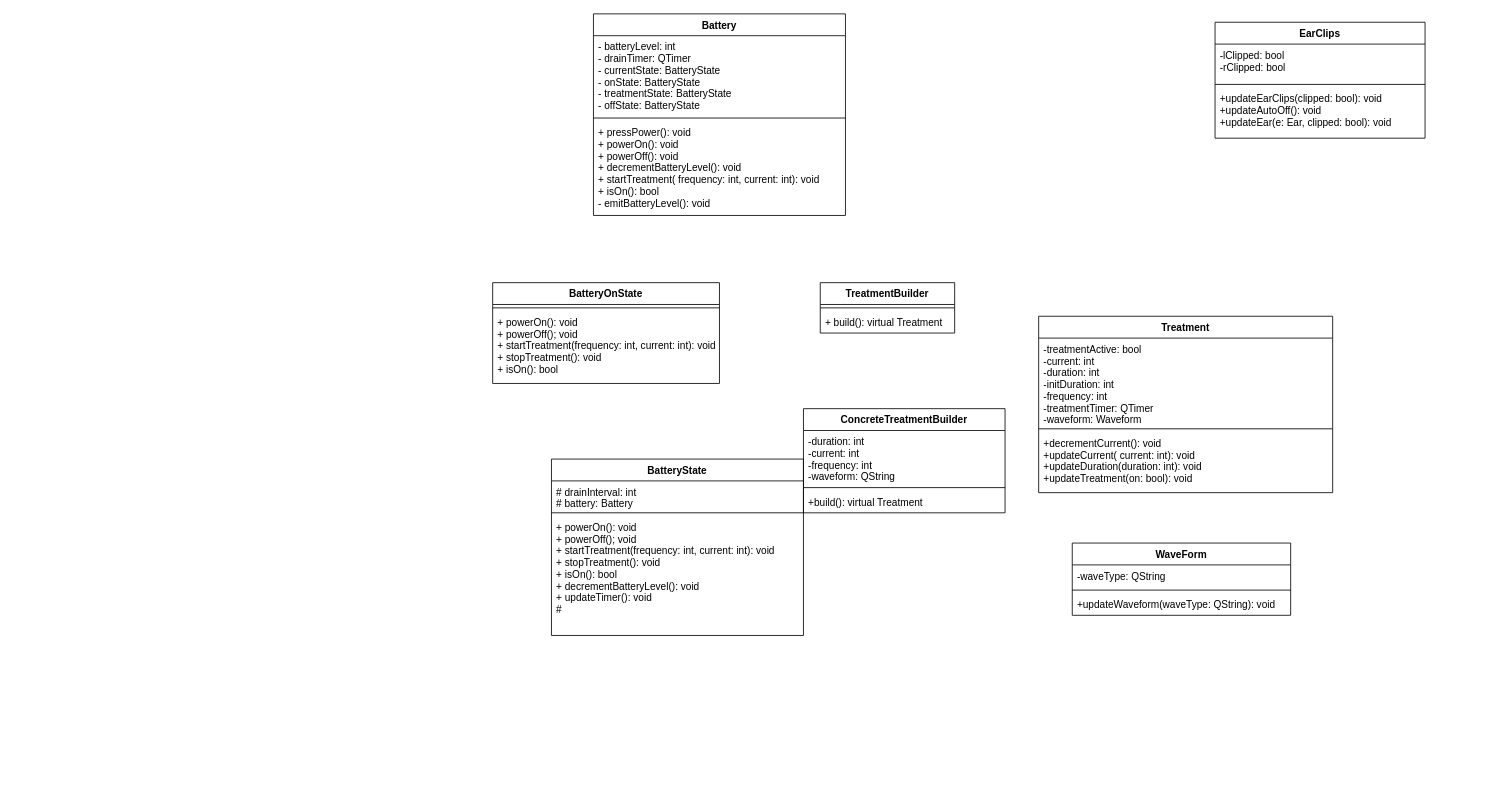
yifeiyu/yifeiyu.github.io keeps this draw.io diagram as 3004UMLDiagram.drawio. Above is the earlier version. Source tidied: cells renumbered, new cells numbered last; positions are measured from the earlier drawing's top-left corner, leaving out a move shared by most shapes. Both pictures are drawn from the tidied source at 84%, with x=0, y=0 at pixel (492, 13).
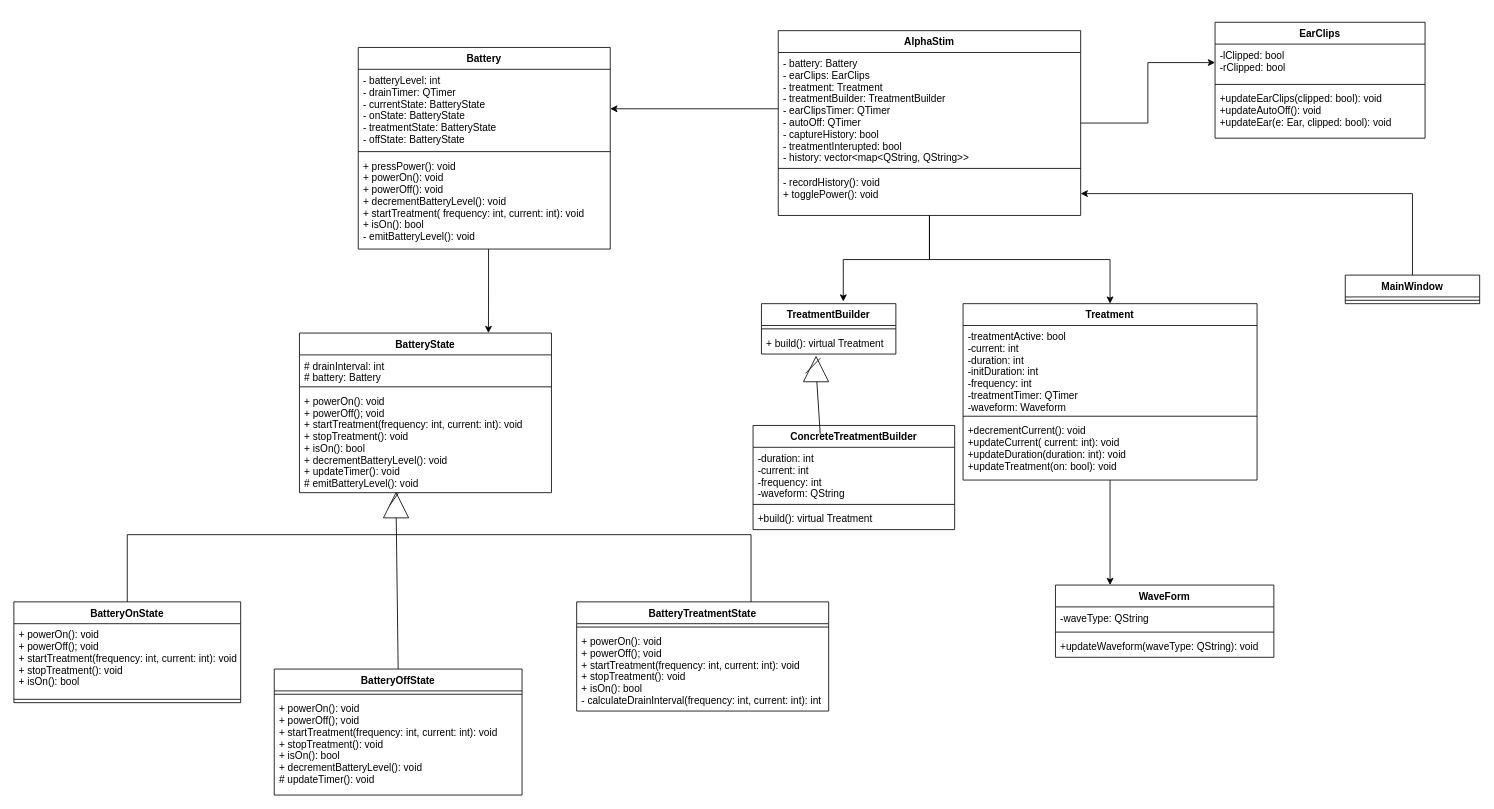
Above is the later version.

Unchanged cells that the change refers to:
```xml
<mxCell id="18" value="-lClipped: bool&#10;-rClipped: bool" style="text;strokeColor=none;fillColor=none;align=left;verticalAlign=top;spacingLeft=4;spacingRight=4;overflow=hidden;points=[[0,0.5],[1,0.5]];portConstraint=eastwest;" parent="17" vertex="1">
  <mxGeometry y="26" width="250" height="44" as="geometry" />
</mxCell>
<mxCell id="29" value="- batteryLevel: int&#10;- drainTimer: QTimer&#10;- currentState: BatteryState&#10;- onState: BatteryState&#10;- treatmentState: BatteryState&#10;- offState: BatteryState" style="text;strokeColor=none;fillColor=none;align=left;verticalAlign=top;spacingLeft=4;spacingRight=4;overflow=hidden;points=[[0,0.5],[1,0.5]];portConstraint=eastwest;" parent="28" vertex="1">
  <mxGeometry y="26" width="300" height="94" as="geometry" />
</mxCell>
<mxCell id="31" value="+ pressPower(): void&#10;+ powerOn(): void&#10;+ powerOff(): void&#10;+ decrementBatteryLevel(): void&#10;+ startTreatment( frequency: int, current: int): void&#10;+ isOn(): bool&#10;- emitBatteryLevel(): void" style="text;strokeColor=none;fillColor=none;align=left;verticalAlign=top;spacingLeft=4;spacingRight=4;overflow=hidden;points=[[0,0.5],[1,0.5]];portConstraint=eastwest;" parent="28" vertex="1">
  <mxGeometry y="128" width="300" height="112" as="geometry" />
</mxCell>
```

The edit, as a diff of the source:
```diff
@@
     <mxCell id="2" value="WaveForm" style="swimlane;fontStyle=1;align=center;verticalAlign=top;horizontal=1;startSize=26;strokeColor=#080808;fillColor=none;" parent="1" vertex="1">
-      <mxGeometry x="690" y="630" width="260" height="86" as="geometry" />
+      <mxGeometry x="670" y="680" width="260" height="86" as="geometry" />
     </mxCell>
@@
+    <mxCell id="32" style="edgeStyle=orthogonalEdgeStyle;rounded=0;jettySize=auto;html=1;entryX=0.25;entryY=0;entryDx=0;entryDy=0;" parent="1" edge="1" source="6" target="2">
+      <mxGeometry relative="1" as="geometry" />
+    </mxCell>
     <mxCell id="6" value="Treatment" style="swimlane;fontStyle=1;align=center;verticalAlign=top;horizontal=1;startSize=26;strokeColor=#080808;fillColor=none;" parent="1" vertex="1">
-      <mxGeometry x="650" y="360" width="350" height="210" as="geometry" />
+      <mxGeometry x="560" y="345" width="350" height="210" as="geometry" />
     </mxCell>
@@
     <mxCell id="10" value="TreatmentBuilder" style="swimlane;fontStyle=1;align=center;verticalAlign=top;horizontal=1;startSize=26;strokeColor=#080808;fillColor=none;" parent="1" vertex="1">
-      <mxGeometry x="390" y="320" width="160" height="60" as="geometry" />
+      <mxGeometry x="320" y="345" width="160" height="60" as="geometry" />
     </mxCell>
@@
     <mxCell id="13" value="ConcreteTreatmentBuilder" style="swimlane;fontStyle=1;align=center;verticalAlign=top;horizontal=1;startSize=26;strokeColor=#080808;fillColor=none;" parent="1" vertex="1">
-      <mxGeometry x="370" y="470" width="240" height="124" as="geometry" />
+      <mxGeometry x="310" y="490" width="240" height="124" as="geometry" />
     </mxCell>
@@
     <mxCell id="21" value="BatteryState" style="swimlane;fontStyle=1;align=center;verticalAlign=top;horizontal=1;startSize=26;strokeColor=#080808;fillColor=none;" parent="1" vertex="1">
-      <mxGeometry x="70" y="530" width="300" height="210" as="geometry" />
+      <mxGeometry x="-230" y="380" width="300" height="190" as="geometry" />
     </mxCell>
@@
-    <mxCell id="24" value="+ powerOn(): void&#10;+ powerOff(); void&#10;+ startTreatment(frequency: int, current: int): void&#10;+ stopTreatment(): void&#10;+ isOn(): bool&#10;+ decrementBatteryLevel(): void&#10;+ updateTimer(): void&#10;# " style="text;strokeColor=none;fillColor=none;align=left;verticalAlign=top;spacingLeft=4;spacingRight=4;overflow=hidden;" parent="21" vertex="1">
-      <mxGeometry y="68" width="300" height="142" as="geometry" />
+    <mxCell id="24" value="+ powerOn(): void&#10;+ powerOff(); void&#10;+ startTreatment(frequency: int, current: int): void&#10;+ stopTreatment(): void&#10;+ isOn(): bool&#10;+ decrementBatteryLevel(): void&#10;+ updateTimer(): void&#10;# emitBatteryLevel(): void" style="text;strokeColor=none;fillColor=none;align=left;verticalAlign=top;spacingLeft=4;spacingRight=4;overflow=hidden;" parent="21" vertex="1">
+      <mxGeometry y="68" width="300" height="122" as="geometry" />
     </mxCell>
     <mxCell id="25" value="BatteryOnState" style="swimlane;fontStyle=1;align=center;verticalAlign=top;horizontal=1;startSize=26;strokeColor=#080808;fillColor=none;" parent="1" vertex="1">
-      <mxGeometry y="320" width="270" height="120" as="geometry" />
+      <mxGeometry x="-570" y="700" width="270" height="120" as="geometry" />
     </mxCell>
+    <mxCell id="27" value="+ powerOn(): void&#10;+ powerOff(); void&#10;+ startTreatment(frequency: int, current: int): void&#10;+ stopTreatment(): void&#10;+ isOn(): bool" style="text;strokeColor=none;fillColor=none;align=left;verticalAlign=top;spacingLeft=4;spacingRight=4;overflow=hidden;" parent="25" vertex="1">
+      <mxGeometry y="26" width="270" height="86" as="geometry" />
+    </mxCell>
     <mxCell id="26" style="line;strokeWidth=1;fillColor=none;align=left;verticalAlign=middle;spacingTop=-1;spacingLeft=3;spacingRight=3;labelPosition=right;" parent="25" vertex="1">
-      <mxGeometry y="26" width="270" height="8" as="geometry" />
+      <mxGeometry y="112" width="270" height="8" as="geometry" />
     </mxCell>
-    <mxCell id="27" value="+ powerOn(): void&#10;+ powerOff(); void&#10;+ startTreatment(frequency: int, current: int): void&#10;+ stopTreatment(): void&#10;+ isOn(): bool" style="text;strokeColor=none;fillColor=none;align=left;verticalAlign=top;spacingLeft=4;spacingRight=4;overflow=hidden;" parent="25" vertex="1">
-      <mxGeometry y="34" width="270" height="86" as="geometry" />
-    </mxCell>
+    <mxCell id="33" style="edgeStyle=orthogonalEdgeStyle;rounded=0;jettySize=auto;html=1;entryX=0.75;entryY=0;entryDx=0;entryDy=0;exitX=0.517;exitY=1;exitDx=0;exitDy=0;exitPerimeter=0;" parent="1" edge="1" source="31" target="21">
+      <mxGeometry relative="1" as="geometry" />
+    </mxCell>
     <mxCell id="28" value="Battery" style="swimlane;fontStyle=1;align=center;verticalAlign=top;horizontal=1;startSize=26;strokeColor=#080808;fillColor=none;" parent="1" vertex="1">
-      <mxGeometry x="120" width="300" height="240" as="geometry" />
+      <mxGeometry x="-160" y="40" width="300" height="240" as="geometry" />
     </mxCell>
@@
+    <mxCell id="34" value="BatteryOffState" style="swimlane;fontStyle=1;align=center;verticalAlign=top;horizontal=1;startSize=26;strokeColor=#080808;fillColor=none;" parent="1" vertex="1">
+      <mxGeometry x="-260" y="780" width="295" height="150" as="geometry" />
+    </mxCell>
+    <mxCell id="35" style="line;strokeWidth=1;fillColor=none;align=left;verticalAlign=middle;spacingTop=-1;spacingLeft=3;spacingRight=3;labelPosition=right;" parent="34" vertex="1">
+      <mxGeometry y="26" width="295" height="8" as="geometry" />
+    </mxCell>
+    <mxCell id="36" value="+ powerOn(): void&#10;+ powerOff(); void&#10;+ startTreatment(frequency: int, current: int): void&#10;+ stopTreatment(): void&#10;+ isOn(): bool&#10;+ decrementBatteryLevel(): void&#10;# updateTimer(): void" style="text;strokeColor=none;fillColor=none;align=left;verticalAlign=top;spacingLeft=4;spacingRight=4;overflow=hidden;" parent="34" vertex="1">
+      <mxGeometry y="34" width="295" height="116" as="geometry" />
+    </mxCell>
+    <mxCell id="37" value="BatteryTreatmentState" style="swimlane;fontStyle=1;align=center;verticalAlign=top;horizontal=1;startSize=26;strokeColor=#080808;fillColor=none;" parent="1" vertex="1">
+      <mxGeometry x="100" y="700" width="300" height="130" as="geometry" />
+    </mxCell>
+    <mxCell id="38" style="line;strokeWidth=1;fillColor=none;align=left;verticalAlign=middle;spacingTop=-1;spacingLeft=3;spacingRight=3;labelPosition=right;" parent="37" vertex="1">
+      <mxGeometry y="26" width="300" height="8" as="geometry" />
+    </mxCell>
+    <mxCell id="39" value="+ powerOn(): void&#10;+ powerOff(); void&#10;+ startTreatment(frequency: int, current: int): void&#10;+ stopTreatment(): void&#10;+ isOn(): bool&#10;- calculateDrainInterval(frequency: int, current: int): int" style="text;strokeColor=none;fillColor=none;align=left;verticalAlign=top;spacingLeft=4;spacingRight=4;overflow=hidden;" parent="37" vertex="1">
+      <mxGeometry y="34" width="300" height="96" as="geometry" />
+    </mxCell>
+    <mxCell id="40" style="edgeStyle=orthogonalEdgeStyle;rounded=0;jettySize=auto;html=1;entryX=0;entryY=0.5;entryDx=0;entryDy=0;" parent="1" edge="1" source="43" target="18">
+      <mxGeometry relative="1" as="geometry" />
+    </mxCell>
+    <mxCell id="41" style="edgeStyle=orthogonalEdgeStyle;rounded=0;jettySize=auto;html=1;entryX=0.609;entryY=-0.042;entryDx=0;entryDy=0;entryPerimeter=0;" parent="1" edge="1" source="43" target="10">
+      <mxGeometry relative="1" as="geometry" />
+    </mxCell>
+    <mxCell id="42" style="edgeStyle=orthogonalEdgeStyle;rounded=0;jettySize=auto;html=1;entryX=0.5;entryY=0;entryDx=0;entryDy=0;" parent="1" edge="1" source="43" target="6">
+      <mxGeometry relative="1" as="geometry" />
+    </mxCell>
+    <mxCell id="43" value="AlphaStim" style="swimlane;fontStyle=1;align=center;verticalAlign=top;horizontal=1;startSize=26;strokeColor=#080808;fillColor=none;" parent="1" vertex="1">
+      <mxGeometry x="340" y="20" width="360" height="220" as="geometry" />
+    </mxCell>
+    <mxCell id="44" value="- battery: Battery&#10;- earClips: EarClips&#10;- treatment: Treatment&#10;- treatmentBuilder: TreatmentBuilder&#10;- earClipsTimer: QTimer&#10;- autoOff: QTimer&#10;- captureHistory: bool&#10;- treatmentInterupted: bool&#10;- history: vector&lt;map&lt;QString, QString&gt;&gt;&#10; " style="text;strokeColor=none;fillColor=none;align=left;verticalAlign=top;spacingLeft=4;spacingRight=4;overflow=hidden;points=[[0,0.5],[1,0.5]];portConstraint=eastwest;" parent="43" vertex="1">
+      <mxGeometry y="26" width="360" height="134" as="geometry" />
+    </mxCell>
+    <mxCell id="45" style="line;strokeWidth=1;fillColor=none;align=left;verticalAlign=middle;spacingTop=-1;spacingLeft=3;spacingRight=3;labelPosition=right;" parent="43" vertex="1">
+      <mxGeometry y="160" width="360" height="8" as="geometry" />
+    </mxCell>
+    <mxCell id="46" value="- recordHistory(): void&#10;+ togglePower(): void" style="text;strokeColor=none;fillColor=none;align=left;verticalAlign=top;spacingLeft=4;spacingRight=4;overflow=hidden;points=[[0,0.5],[1,0.5]];portConstraint=eastwest;" parent="43" vertex="1">
+      <mxGeometry y="168" width="360" height="52" as="geometry" />
+    </mxCell>
+    <mxCell id="47" style="edgeStyle=orthogonalEdgeStyle;rounded=0;jettySize=auto;html=1;entryX=1;entryY=0.5;entryDx=0;entryDy=0;" parent="1" edge="1" source="44" target="29">
+      <mxGeometry relative="1" as="geometry" />
+    </mxCell>
+    <mxCell id="48" style="endArrow=none;html=1;rounded=0;exitX=0.5;exitY=0;exitDx=0;exitDy=0;entryX=0.692;entryY=0;entryDx=0;entryDy=0;entryPerimeter=0;edgeStyle=orthogonalEdgeStyle;" parent="1" edge="1" source="25" target="37">
+      <mxGeometry relative="1" as="geometry">
+        <Array as="points">
+          <mxPoint x="-435" y="620" />
+          <mxPoint x="308" y="620" />
+        </Array>
+      </mxGeometry>
+    </mxCell>
+    <mxCell id="49" style="endArrow=none;html=1;rounded=0;exitX=0.5;exitY=0;exitDx=0;exitDy=0;startArrow=none;" parent="1" edge="1" source="50">
+      <mxGeometry relative="1" as="geometry">
+        <mxPoint x="-112" y="570" as="targetPoint" />
+      </mxGeometry>
+    </mxCell>
+    <mxCell id="50" style="triangle;whiteSpace=wrap;html=1;strokeColor=#080808;fillColor=none;rotation=-90;" parent="1" vertex="1">
+      <mxGeometry x="-130" y="570" width="30" height="30" as="geometry" />
+    </mxCell>
+    <mxCell id="51" style="endArrow=none;html=1;rounded=0;exitX=0.5;exitY=0;exitDx=0;exitDy=0;" parent="1" edge="1" source="34" target="50">
+      <mxGeometry relative="1" as="geometry" />
+    </mxCell>
+    <mxCell id="52" style="endArrow=none;html=1;rounded=0;exitX=0.333;exitY=0.081;exitDx=0;exitDy=0;exitPerimeter=0;startArrow=none;" parent="1" edge="1" source="53">
+      <mxGeometry relative="1" as="geometry">
+        <mxPoint x="390" y="410" as="targetPoint" />
+      </mxGeometry>
+    </mxCell>
+    <mxCell id="53" style="triangle;whiteSpace=wrap;html=1;strokeColor=#080808;fillColor=none;rotation=-90;" parent="1" vertex="1">
+      <mxGeometry x="370" y="408" width="30" height="30" as="geometry" />
+    </mxCell>
+    <mxCell id="54" style="endArrow=none;html=1;rounded=0;exitX=0.333;exitY=0.081;exitDx=0;exitDy=0;exitPerimeter=0;" parent="1" edge="1" source="13" target="53">
+      <mxGeometry relative="1" as="geometry" />
+    </mxCell>
+    <mxCell id="55" style="edgeStyle=orthogonalEdgeStyle;rounded=0;jettySize=auto;html=1;" parent="1" edge="1" source="56" target="46">
+      <mxGeometry relative="1" as="geometry" />
+    </mxCell>
+    <mxCell id="56" value="MainWindow" style="swimlane;fontStyle=1;align=center;verticalAlign=top;horizontal=1;startSize=26;strokeColor=#080808;fillColor=none;" parent="1" vertex="1">
+      <mxGeometry x="1015" y="311" width="160" height="34" as="geometry" />
+    </mxCell>
+    <mxCell id="57" style="line;strokeWidth=1;fillColor=none;align=left;verticalAlign=middle;spacingTop=-1;spacingLeft=3;spacingRight=3;labelPosition=right;" parent="56" vertex="1">
+      <mxGeometry y="26" width="160" height="8" as="geometry" />
+    </mxCell>
```
